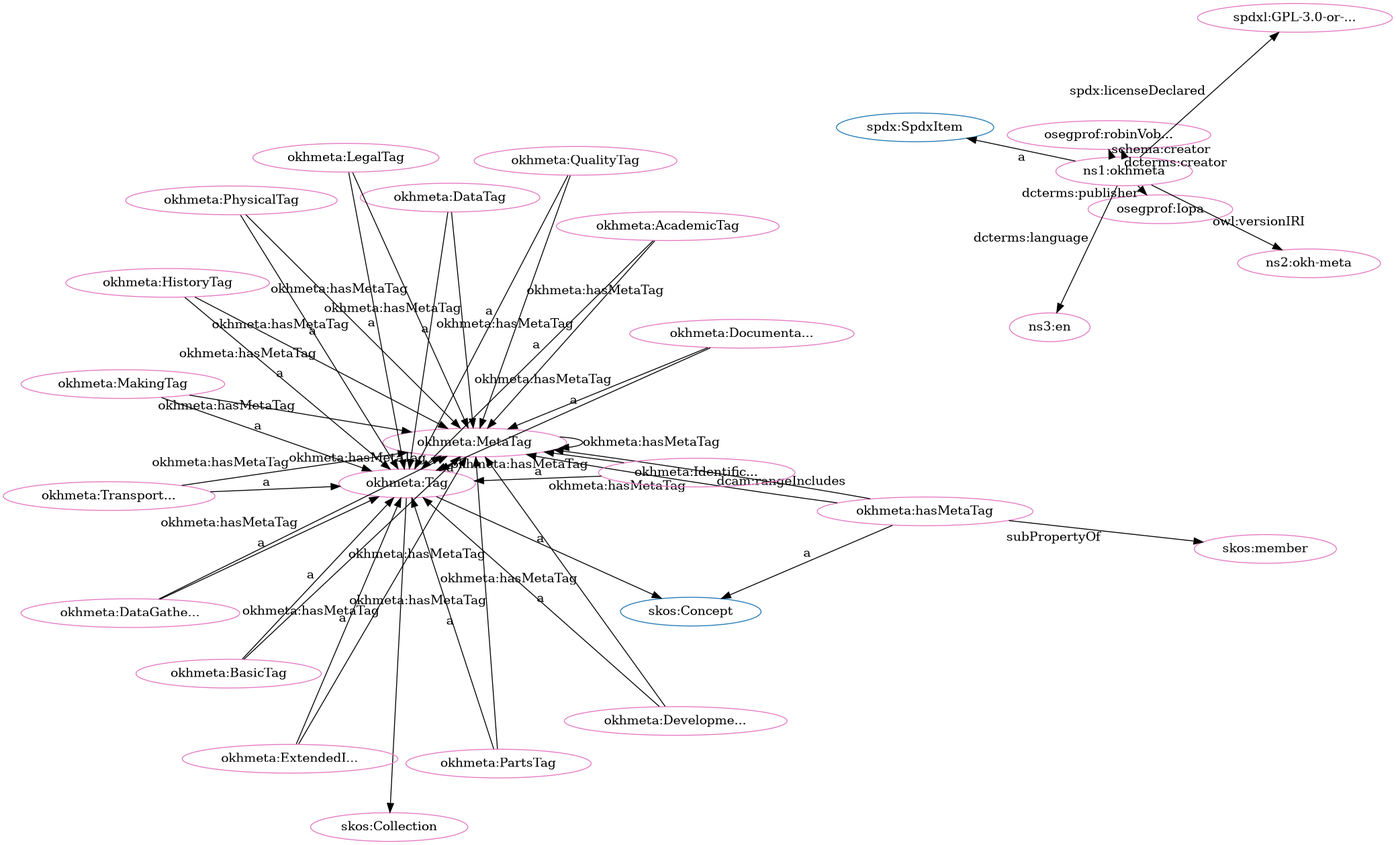
Earlier version of the Graphviz export src/spec/fdp_okh-meta-clean.png (iop-alliance/OpenKnowHow). Its source is kept beside it as src/spec/fdp_okh-meta-clean.dot.
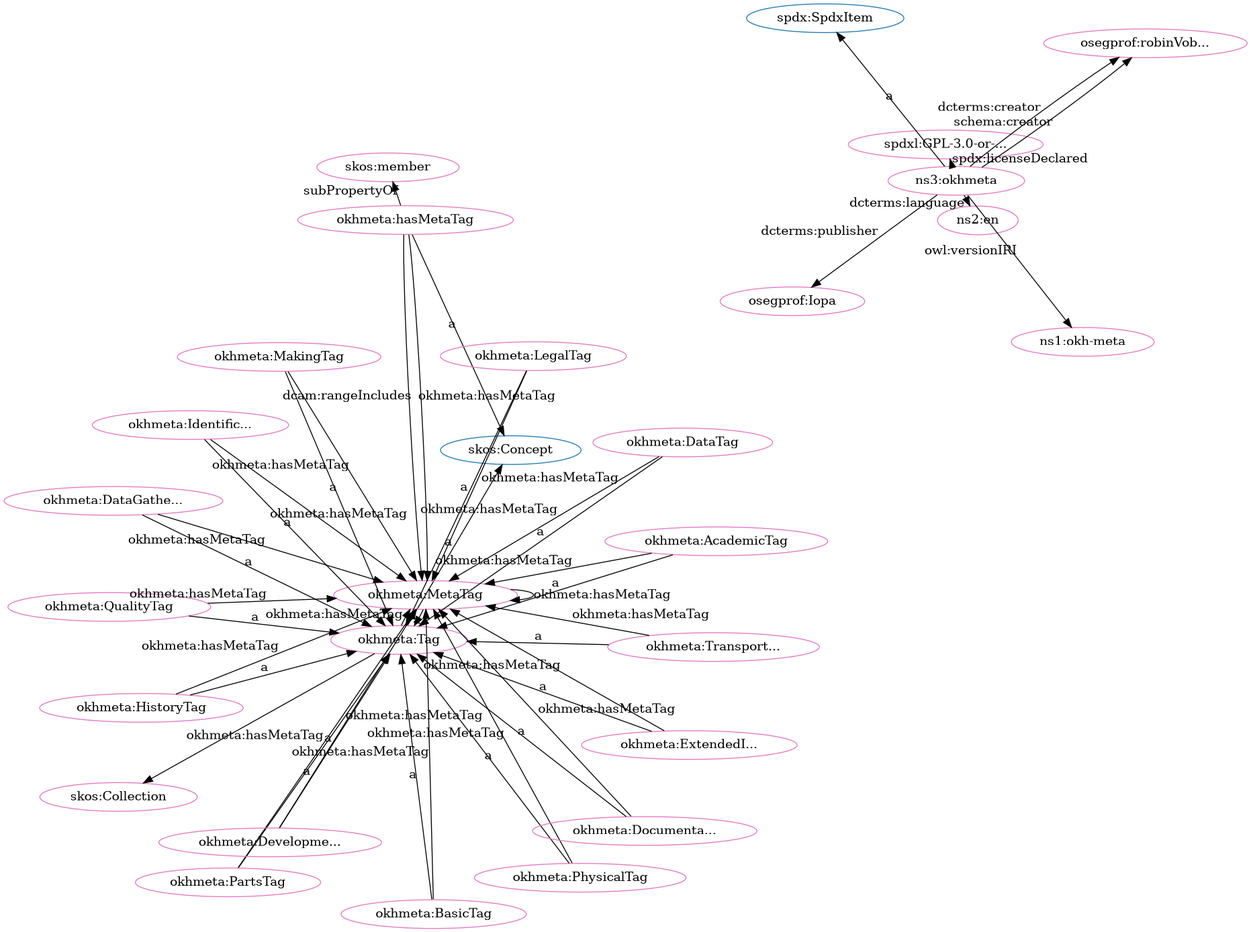
The same diagram one commit later.

Change to the diagram source:
```diff
@@ -1,80 +1,80 @@
 digraph G {
   rankdir=BT
   node[height=.3]
+"http://spdx.org/rdf/terms#SpdxItem" [fillcolor="#1f77b4" color="#1f77b4" label="spdx:SpdxItem"]
+"http://w3id.org/oseg/ont/okhmeta#Tag" [fillcolor="#1f77b4" color="#1f77b4" label="okhmeta:Tag"]
+"http://www.w3.org/2004/02/skos/core#Concept" [fillcolor="#1f77b4" color="#1f77b4" label="skos:Concept"]
 "http://www.w3.org/2004/02/skos/core#Collection" [fillcolor="#1f77b4" color="#1f77b4" label="skos:Collection"]
-"http://www.w3.org/2004/02/skos/core#Concept" [fillcolor="#1f77b4" color="#1f77b4" label="skos:Concept"]
-"http://w3id.org/oseg/ont/okhmeta#Tag" [fillcolor="#1f77b4" color="#1f77b4" label="okhmeta:Tag"]
-"http://spdx.org/rdf/terms#SpdxItem" [fillcolor="#1f77b4" color="#1f77b4" label="spdx:SpdxItem"]
+"http://w3id.org/oseg/ont/okhmeta#BasicTag" [fillcolor="#e377c2" color="#e377c2" label="okhmeta:BasicTag"]
 "http://w3id.org/oseg/ont/okhmeta#MetaTag" [fillcolor="#e377c2" color="#e377c2" label="okhmeta:MetaTag"]
+"http://w3id.org/oseg/ont/1.1.0/okh-meta" [fillcolor="#e377c2" color="#e377c2" label="ns1:okh-meta"]
 "http://w3id.org/oseg/ont/okhmeta#DataTag" [fillcolor="#e377c2" color="#e377c2" label="okhmeta:DataTag"]
-"http://w3id.org/oseg/ont/okhmeta#DocumentationTag" [fillcolor="#e377c2" color="#e377c2" label="okhmeta:Documenta..."]
-"http://w3id.org/oseg/ont/okhmeta#DevelopmentTag" [fillcolor="#e377c2" color="#e377c2" label="okhmeta:Developme..."]
-"http://w3id.org/oseg/ont/oseg-profiles#Iopa" [fillcolor="#e377c2" color="#e377c2" label="osegprof:Iopa"]
-"http://www.w3.org/2004/02/skos/core#member" [fillcolor="#e377c2" color="#e377c2" label="skos:member"]
-"http://w3id.org/oseg/ont/okhmeta#Tag" [fillcolor="#e377c2" color="#e377c2" label="okhmeta:Tag"]
 "http://w3id.org/oseg/ont/okhmeta#hasMetaTag" [fillcolor="#e377c2" color="#e377c2" label="okhmeta:hasMetaTag"]
-"http://w3id.org/oseg/ont/okhmeta" [fillcolor="#e377c2" color="#e377c2" label="ns1:okhmeta"]
-"http://w3id.org/oseg/ont/oseg-profiles#robinVobruba" [fillcolor="#e377c2" color="#e377c2" label="osegprof:robinVob..."]
-"http://w3id.org/oseg/ont/okhmeta#DataGatheringTag" [fillcolor="#e377c2" color="#e377c2" label="okhmeta:DataGathe..."]
-"http://w3id.org/oseg/ont/okhmeta#BasicTag" [fillcolor="#e377c2" color="#e377c2" label="okhmeta:BasicTag"]
-"http://w3id.org/oseg/ont/okhmeta#LegalTag" [fillcolor="#e377c2" color="#e377c2" label="okhmeta:LegalTag"]
 "http://w3id.org/oseg/ont/okhmeta#PartsTag" [fillcolor="#e377c2" color="#e377c2" label="okhmeta:PartsTag"]
 "http://w3id.org/oseg/ont/okhmeta#HistoryTag" [fillcolor="#e377c2" color="#e377c2" label="okhmeta:HistoryTag"]
+"http://w3id.org/oseg/ont/okhmeta#DevelopmentTag" [fillcolor="#e377c2" color="#e377c2" label="okhmeta:Developme..."]
+"http://id.loc.gov/vocabulary/iso639-1/en" [fillcolor="#e377c2" color="#e377c2" label="ns2:en"]
+"http://www.w3.org/2004/02/skos/core#Collection" [fillcolor="#e377c2" color="#e377c2" label="skos:Collection"]
+"http://w3id.org/oseg/ont/okhmeta#PhysicalTag" [fillcolor="#e377c2" color="#e377c2" label="okhmeta:PhysicalTag"]
+"http://w3id.org/oseg/ont/okhmeta#LegalTag" [fillcolor="#e377c2" color="#e377c2" label="okhmeta:LegalTag"]
+"http://spdx.org/licenses/GPL-3.0-or-later" [fillcolor="#e377c2" color="#e377c2" label="spdxl:GPL-3.0-or-..."]
+"http://w3id.org/oseg/ont/okhmeta#TransportationTag" [fillcolor="#e377c2" color="#e377c2" label="okhmeta:Transport..."]
+"http://w3id.org/oseg/ont/okhmeta" [fillcolor="#e377c2" color="#e377c2" label="ns3:okhmeta"]
+"http://www.w3.org/2004/02/skos/core#member" [fillcolor="#e377c2" color="#e377c2" label="skos:member"]
+"http://w3id.org/oseg/ont/oseg-profiles#robinVobruba" [fillcolor="#e377c2" color="#e377c2" label="osegprof:robinVob..."]
+"http://w3id.org/oseg/ont/okhmeta#QualityTag" [fillcolor="#e377c2" color="#e377c2" label="okhmeta:QualityTag"]
+"http://w3id.org/oseg/ont/okhmeta#AcademicTag" [fillcolor="#e377c2" color="#e377c2" label="okhmeta:AcademicTag"]
+"http://w3id.org/oseg/ont/okhmeta#DocumentationTag" [fillcolor="#e377c2" color="#e377c2" label="okhmeta:Documenta..."]
+"http://w3id.org/oseg/ont/oseg-profiles#Iopa" [fillcolor="#e377c2" color="#e377c2" label="osegprof:Iopa"]
+"http://w3id.org/oseg/ont/okhmeta#IdentificationTag" [fillcolor="#e377c2" color="#e377c2" label="okhmeta:Identific..."]
 "http://w3id.org/oseg/ont/okhmeta#MakingTag" [fillcolor="#e377c2" color="#e377c2" label="okhmeta:MakingTag"]
-"http://w3id.org/oseg/ont/okhmeta#IdentificationTag" [fillcolor="#e377c2" color="#e377c2" label="okhmeta:Identific..."]
-"http://w3id.org/oseg/ont/okhmeta#QualityTag" [fillcolor="#e377c2" color="#e377c2" label="okhmeta:QualityTag"]
-"http://w3id.org/oseg/ont/1.1.0/okh-meta" [fillcolor="#e377c2" color="#e377c2" label="ns2:okh-meta"]
-"http://w3id.org/oseg/ont/okhmeta#TransportationTag" [fillcolor="#e377c2" color="#e377c2" label="okhmeta:Transport..."]
-"http://spdx.org/licenses/GPL-3.0-or-later" [fillcolor="#e377c2" color="#e377c2" label="spdxl:GPL-3.0-or-..."]
+"http://w3id.org/oseg/ont/okhmeta#DataGatheringTag" [fillcolor="#e377c2" color="#e377c2" label="okhmeta:DataGathe..."]
 "http://w3id.org/oseg/ont/okhmeta#ExtendedInfoTag" [fillcolor="#e377c2" color="#e377c2" label="okhmeta:ExtendedI..."]
-"http://w3id.org/oseg/ont/okhmeta#PhysicalTag" [fillcolor="#e377c2" color="#e377c2" label="okhmeta:PhysicalTag"]
-"http://id.loc.gov/vocabulary/iso639-1/en" [fillcolor="#e377c2" color="#e377c2" label="ns3:en"]
-"http://www.w3.org/2004/02/skos/core#Collection" [fillcolor="#e377c2" color="#e377c2" label="skos:Collection"]
-"http://w3id.org/oseg/ont/okhmeta#AcademicTag" [fillcolor="#e377c2" color="#e377c2" label="okhmeta:AcademicTag"]
+"http://w3id.org/oseg/ont/okhmeta#Tag" [fillcolor="#e377c2" color="#e377c2" label="okhmeta:Tag"]
+  "http://w3id.org/oseg/ont/okhmeta#PhysicalTag" -> "http://w3id.org/oseg/ont/okhmeta#MetaTag" [label="okhmeta:hasMetaTag"]
+  "http://w3id.org/oseg/ont/okhmeta#Tag" -> "http://w3id.org/oseg/ont/okhmeta#MetaTag" [label="okhmeta:hasMetaTag"]
+  "http://w3id.org/oseg/ont/okhmeta#PartsTag" -> "http://w3id.org/oseg/ont/okhmeta#Tag" [label="a"]
+  "http://w3id.org/oseg/ont/okhmeta#HistoryTag" -> "http://w3id.org/oseg/ont/okhmeta#Tag" [label="a"]
+  "http://w3id.org/oseg/ont/okhmeta#DevelopmentTag" -> "http://w3id.org/oseg/ont/okhmeta#Tag" [label="a"]
+  "http://w3id.org/oseg/ont/okhmeta#DataTag" -> "http://w3id.org/oseg/ont/okhmeta#MetaTag" [label="okhmeta:hasMetaTag"]
+  "http://w3id.org/oseg/ont/okhmeta#LegalTag" -> "http://w3id.org/oseg/ont/okhmeta#Tag" [label="a"]
+  "http://w3id.org/oseg/ont/okhmeta#HistoryTag" -> "http://w3id.org/oseg/ont/okhmeta#MetaTag" [label="okhmeta:hasMetaTag"]
+  "http://w3id.org/oseg/ont/okhmeta#TransportationTag" -> "http://w3id.org/oseg/ont/okhmeta#Tag" [label="a"]
+  "http://w3id.org/oseg/ont/okhmeta#DevelopmentTag" -> "http://w3id.org/oseg/ont/okhmeta#MetaTag" [label="okhmeta:hasMetaTag"]
   "http://w3id.org/oseg/ont/okhmeta#hasMetaTag" -> "http://w3id.org/oseg/ont/okhmeta#MetaTag" [label="okhmeta:hasMetaTag"]
+  "http://w3id.org/oseg/ont/okhmeta#AcademicTag" -> "http://w3id.org/oseg/ont/okhmeta#MetaTag" [label="okhmeta:hasMetaTag"]
+  "http://w3id.org/oseg/ont/okhmeta" -> "http://w3id.org/oseg/ont/oseg-profiles#robinVobruba" [label="dcterms:creator"]
+  "http://w3id.org/oseg/ont/okhmeta" -> "http://spdx.org/rdf/terms#SpdxItem" [label="a"]
+  "http://w3id.org/oseg/ont/okhmeta" -> "http://w3id.org/oseg/ont/oseg-profiles#robinVobruba" [label="schema:creator"]
+  "http://w3id.org/oseg/ont/okhmeta#DocumentationTag" -> "http://w3id.org/oseg/ont/okhmeta#Tag" [label="a"]
+  "http://w3id.org/oseg/ont/okhmeta" -> "http://w3id.org/oseg/ont/oseg-profiles#Iopa" [label="dcterms:publisher"]
+  "http://w3id.org/oseg/ont/okhmeta#ExtendedInfoTag" -> "http://w3id.org/oseg/ont/okhmeta#Tag" [label="a"]
+  "http://w3id.org/oseg/ont/okhmeta#QualityTag" -> "http://w3id.org/oseg/ont/okhmeta#MetaTag" [label="okhmeta:hasMetaTag"]
+  "http://w3id.org/oseg/ont/okhmeta#BasicTag" -> "http://w3id.org/oseg/ont/okhmeta#Tag" [label="a"]
+  "http://w3id.org/oseg/ont/okhmeta" -> "http://w3id.org/oseg/ont/1.1.0/okh-meta" [label="owl:versionIRI"]
   "http://w3id.org/oseg/ont/okhmeta#DataTag" -> "http://w3id.org/oseg/ont/okhmeta#Tag" [label="a"]
+  "http://w3id.org/oseg/ont/okhmeta#IdentificationTag" -> "http://w3id.org/oseg/ont/okhmeta#MetaTag" [label="okhmeta:hasMetaTag"]
   "http://w3id.org/oseg/ont/okhmeta#MakingTag" -> "http://w3id.org/oseg/ont/okhmeta#MetaTag" [label="okhmeta:hasMetaTag"]
+  "http://w3id.org/oseg/ont/okhmeta#DataGatheringTag" -> "http://w3id.org/oseg/ont/okhmeta#MetaTag" [label="okhmeta:hasMetaTag"]
+  "http://w3id.org/oseg/ont/okhmeta#MetaTag" -> "http://w3id.org/oseg/ont/okhmeta#MetaTag" [label="okhmeta:hasMetaTag"]
+  "http://w3id.org/oseg/ont/okhmeta" -> "http://id.loc.gov/vocabulary/iso639-1/en" [label="dcterms:language"]
+  "http://w3id.org/oseg/ont/okhmeta#Tag" -> "http://www.w3.org/2004/02/skos/core#Collection" [label=""]
+  "http://w3id.org/oseg/ont/okhmeta#PhysicalTag" -> "http://w3id.org/oseg/ont/okhmeta#Tag" [label="a"]
+  "http://w3id.org/oseg/ont/okhmeta" -> "http://spdx.org/licenses/GPL-3.0-or-later" [label="spdx:licenseDeclared"]
+  "http://w3id.org/oseg/ont/okhmeta#PartsTag" -> "http://w3id.org/oseg/ont/okhmeta#MetaTag" [label="okhmeta:hasMetaTag"]
   "http://w3id.org/oseg/ont/okhmeta#DocumentationTag" -> "http://w3id.org/oseg/ont/okhmeta#MetaTag" [label="okhmeta:hasMetaTag"]
-  "http://w3id.org/oseg/ont/okhmeta#DevelopmentTag" -> "http://w3id.org/oseg/ont/okhmeta#Tag" [label="a"]
-  "http://w3id.org/oseg/ont/okhmeta" -> "http://w3id.org/oseg/ont/oseg-profiles#Iopa" [label="dcterms:publisher"]
   "http://w3id.org/oseg/ont/okhmeta#hasMetaTag" -> "http://www.w3.org/2004/02/skos/core#member" [label="subPropertyOf"]
+  "http://w3id.org/oseg/ont/okhmeta#LegalTag" -> "http://w3id.org/oseg/ont/okhmeta#MetaTag" [label="okhmeta:hasMetaTag"]
+  "http://w3id.org/oseg/ont/okhmeta#ExtendedInfoTag" -> "http://w3id.org/oseg/ont/okhmeta#MetaTag" [label="okhmeta:hasMetaTag"]
+  "http://w3id.org/oseg/ont/okhmeta#QualityTag" -> "http://w3id.org/oseg/ont/okhmeta#Tag" [label="a"]
+  "http://w3id.org/oseg/ont/okhmeta#AcademicTag" -> "http://w3id.org/oseg/ont/okhmeta#Tag" [label="a"]
+  "http://w3id.org/oseg/ont/okhmeta#TransportationTag" -> "http://w3id.org/oseg/ont/okhmeta#MetaTag" [label="okhmeta:hasMetaTag"]
+  "http://w3id.org/oseg/ont/okhmeta#BasicTag" -> "http://w3id.org/oseg/ont/okhmeta#MetaTag" [label="okhmeta:hasMetaTag"]
+  "http://w3id.org/oseg/ont/okhmeta#IdentificationTag" -> "http://w3id.org/oseg/ont/okhmeta#Tag" [label="a"]
+  "http://w3id.org/oseg/ont/okhmeta#MakingTag" -> "http://w3id.org/oseg/ont/okhmeta#Tag" [label="a"]
   "http://w3id.org/oseg/ont/okhmeta#hasMetaTag" -> "http://w3id.org/oseg/ont/okhmeta#MetaTag" [label="dcam:rangeIncludes"]
-  "http://w3id.org/oseg/ont/okhmeta#IdentificationTag" -> "http://w3id.org/oseg/ont/okhmeta#MetaTag" [label="okhmeta:hasMetaTag"]
-  "http://w3id.org/oseg/ont/okhmeta" -> "http://spdx.org/rdf/terms#SpdxItem" [label="a"]
-  "http://w3id.org/oseg/ont/okhmeta#DevelopmentTag" -> "http://w3id.org/oseg/ont/okhmeta#MetaTag" [label="okhmeta:hasMetaTag"]
-  "http://w3id.org/oseg/ont/okhmeta#QualityTag" -> "http://w3id.org/oseg/ont/okhmeta#MetaTag" [label="okhmeta:hasMetaTag"]
-  "http://w3id.org/oseg/ont/okhmeta#LegalTag" -> "http://w3id.org/oseg/ont/okhmeta#MetaTag" [label="okhmeta:hasMetaTag"]
-  "http://w3id.org/oseg/ont/okhmeta" -> "http://w3id.org/oseg/ont/oseg-profiles#robinVobruba" [label="schema:creator"]
-  "http://w3id.org/oseg/ont/okhmeta#HistoryTag" -> "http://w3id.org/oseg/ont/okhmeta#Tag" [label="a"]
-  "http://w3id.org/oseg/ont/okhmeta#IdentificationTag" -> "http://w3id.org/oseg/ont/okhmeta#Tag" [label="a"]
-  "http://w3id.org/oseg/ont/okhmeta#AcademicTag" -> "http://w3id.org/oseg/ont/okhmeta#MetaTag" [label="okhmeta:hasMetaTag"]
-  "http://w3id.org/oseg/ont/okhmeta#DataTag" -> "http://w3id.org/oseg/ont/okhmeta#MetaTag" [label="okhmeta:hasMetaTag"]
-  "http://w3id.org/oseg/ont/okhmeta" -> "http://spdx.org/licenses/GPL-3.0-or-later" [label="spdx:licenseDeclared"]
-  "http://w3id.org/oseg/ont/okhmeta#ExtendedInfoTag" -> "http://w3id.org/oseg/ont/okhmeta#MetaTag" [label="okhmeta:hasMetaTag"]
-  "http://w3id.org/oseg/ont/okhmeta#DataGatheringTag" -> "http://w3id.org/oseg/ont/okhmeta#MetaTag" [label="okhmeta:hasMetaTag"]
-  "http://w3id.org/oseg/ont/okhmeta" -> "http://id.loc.gov/vocabulary/iso639-1/en" [label="dcterms:language"]
-  "http://w3id.org/oseg/ont/okhmeta#BasicTag" -> "http://w3id.org/oseg/ont/okhmeta#MetaTag" [label="okhmeta:hasMetaTag"]
-  "http://w3id.org/oseg/ont/okhmeta#AcademicTag" -> "http://w3id.org/oseg/ont/okhmeta#Tag" [label="a"]
-  "http://w3id.org/oseg/ont/okhmeta#PartsTag" -> "http://w3id.org/oseg/ont/okhmeta#MetaTag" [label="okhmeta:hasMetaTag"]
-  "http://w3id.org/oseg/ont/okhmeta#DocumentationTag" -> "http://w3id.org/oseg/ont/okhmeta#Tag" [label="a"]
+  "http://w3id.org/oseg/ont/okhmeta#DataGatheringTag" -> "http://w3id.org/oseg/ont/okhmeta#Tag" [label="a"]
+  "http://w3id.org/oseg/ont/okhmeta#MetaTag" -> "http://w3id.org/oseg/ont/okhmeta#Tag" [label="a"]
+  "http://w3id.org/oseg/ont/okhmeta#hasMetaTag" -> "http://www.w3.org/2004/02/skos/core#Concept" [label="a"]
   "http://w3id.org/oseg/ont/okhmeta#Tag" -> "http://www.w3.org/2004/02/skos/core#Concept" [label="a"]
-  "http://w3id.org/oseg/ont/okhmeta#hasMetaTag" -> "http://www.w3.org/2004/02/skos/core#Concept" [label="a"]
-  "http://w3id.org/oseg/ont/okhmeta" -> "http://w3id.org/oseg/ont/oseg-profiles#robinVobruba" [label="dcterms:creator"]
-  "http://w3id.org/oseg/ont/okhmeta#TransportationTag" -> "http://w3id.org/oseg/ont/okhmeta#MetaTag" [label="okhmeta:hasMetaTag"]
-  "http://w3id.org/oseg/ont/okhmeta#DataGatheringTag" -> "http://w3id.org/oseg/ont/okhmeta#Tag" [label="a"]
-  "http://w3id.org/oseg/ont/okhmeta#PhysicalTag" -> "http://w3id.org/oseg/ont/okhmeta#MetaTag" [label="okhmeta:hasMetaTag"]
-  "http://w3id.org/oseg/ont/okhmeta#BasicTag" -> "http://w3id.org/oseg/ont/okhmeta#Tag" [label="a"]
-  "http://w3id.org/oseg/ont/okhmeta#LegalTag" -> "http://w3id.org/oseg/ont/okhmeta#Tag" [label="a"]
-  "http://w3id.org/oseg/ont/okhmeta#PartsTag" -> "http://w3id.org/oseg/ont/okhmeta#Tag" [label="a"]
-  "http://w3id.org/oseg/ont/okhmeta#Tag" -> "http://w3id.org/oseg/ont/okhmeta#MetaTag" [label="okhmeta:hasMetaTag"]
-  "http://w3id.org/oseg/ont/okhmeta#MakingTag" -> "http://w3id.org/oseg/ont/okhmeta#Tag" [label="a"]
-  "http://w3id.org/oseg/ont/okhmeta#MetaTag" -> "http://w3id.org/oseg/ont/okhmeta#MetaTag" [label="okhmeta:hasMetaTag"]
-  "http://w3id.org/oseg/ont/okhmeta#QualityTag" -> "http://w3id.org/oseg/ont/okhmeta#Tag" [label="a"]
-  "http://w3id.org/oseg/ont/okhmeta" -> "http://w3id.org/oseg/ont/1.1.0/okh-meta" [label="owl:versionIRI"]
-  "http://w3id.org/oseg/ont/okhmeta#TransportationTag" -> "http://w3id.org/oseg/ont/okhmeta#Tag" [label="a"]
-  "http://w3id.org/oseg/ont/okhmeta#ExtendedInfoTag" -> "http://w3id.org/oseg/ont/okhmeta#Tag" [label="a"]
-  "http://w3id.org/oseg/ont/okhmeta#PhysicalTag" -> "http://w3id.org/oseg/ont/okhmeta#Tag" [label="a"]
-  "http://w3id.org/oseg/ont/okhmeta#MetaTag" -> "http://w3id.org/oseg/ont/okhmeta#Tag" [label="a"]
-  "http://w3id.org/oseg/ont/okhmeta#HistoryTag" -> "http://w3id.org/oseg/ont/okhmeta#MetaTag" [label="okhmeta:hasMetaTag"]
-  "http://w3id.org/oseg/ont/okhmeta#Tag" -> "http://www.w3.org/2004/02/skos/core#Collection" [label=""]
 }
```
